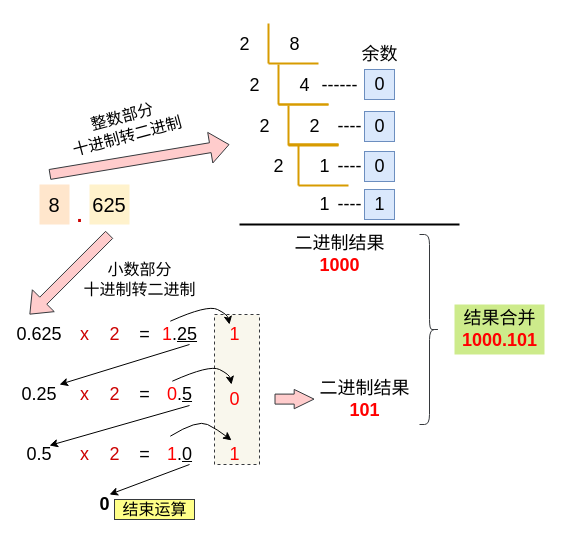
xiaolincoder/ImageHost3 keeps this draw.io diagram as 操作系统/浮点/十进制小数转二进制.drawio. Above is the earlier version. Source tidied: cells renumbered, new cells numbered last; positions are measured from the earlier drawing's top-left corner, leaving out a move shared by most shapes. Both pictures are drawn from the tidied source at 100%, with x=0, y=0 at pixel (19, 23).
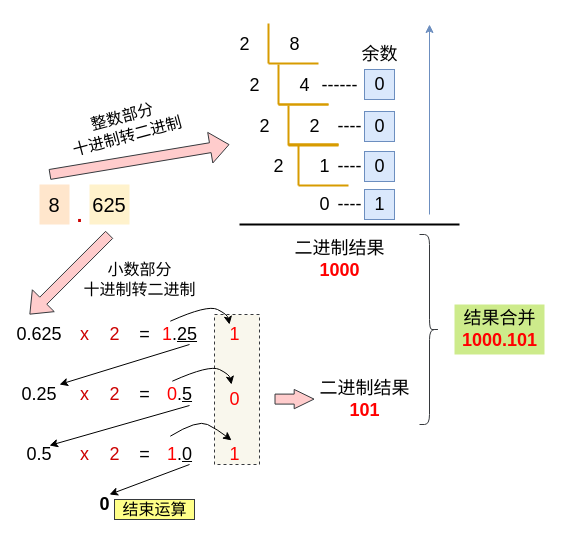
Above is the later version.

Commit message:
更新十进制小数转二进制.drawio

What changed in the source:
```diff
@@
-    <mxCell id="27" value="1" style="text;html=1;align=center;verticalAlign=middle;fontSize=18;" parent="1" vertex="1">
+    <mxCell id="27" value="0" style="text;html=1;align=center;verticalAlign=middle;fontSize=18;" parent="1" vertex="1">
       <mxGeometry x="290" y="166" width="30" height="30" as="geometry" />
     </mxCell>
@@
     <mxCell id="34" value="二进制结果&lt;br style=&quot;font-size: 18px&quot;&gt;&lt;font color=&quot;#ff0000&quot; style=&quot;font-size: 18px&quot;&gt;&lt;b style=&quot;font-size: 18px&quot;&gt;1000&lt;/b&gt;&lt;/font&gt;" style="text;html=1;align=center;verticalAlign=middle;fontSize=18;" parent="1" vertex="1">
-      <mxGeometry x="265" y="206" width="110" height="50" as="geometry" />
+      <mxGeometry x="265" y="211" width="110" height="50" as="geometry" />
     </mxCell>
@@
+    <mxCell id="71" style="endArrow=classic;html=1;fillColor=#dae8fc;strokeColor=#6c8ebf;" parent="1" edge="1">
+      <mxGeometry relative="1" as="geometry">
+        <mxPoint x="410" y="191" as="sourcePoint" />
+        <mxPoint x="410" y="1" as="targetPoint" />
+      </mxGeometry>
+    </mxCell>
```
